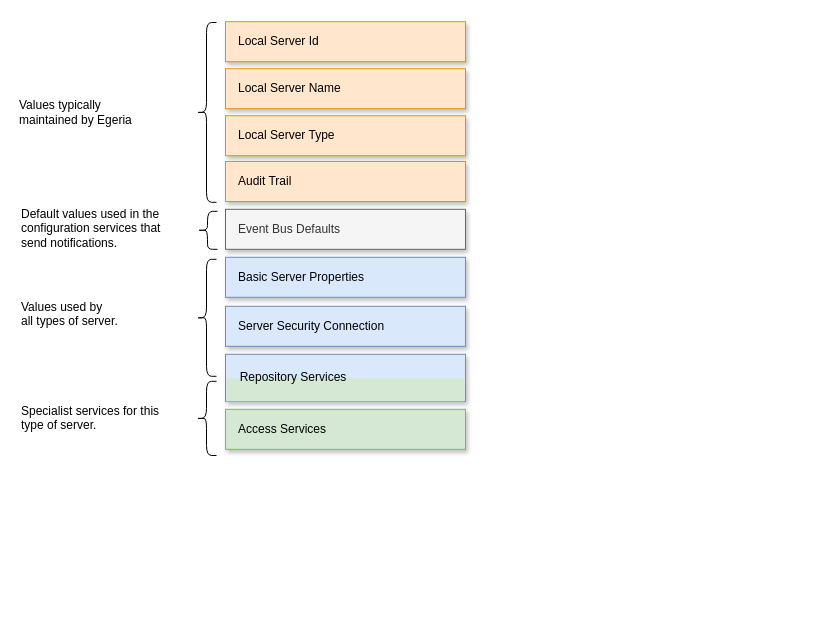
Above: page "metadata-access-point-config" (19 of 31) of site/docs/guides/admin/egeria-admin.drawio in odpi/egeria-docs (draw.io), before the change. Source tidied: cells renumbered, new cells numbered last; positions are measured from the earlier drawing's top-left corner, leaving out a move shared by most shapes. Both pictures are drawn from the tidied source at 100%, with x=0, y=0 at pixel (17, 21).
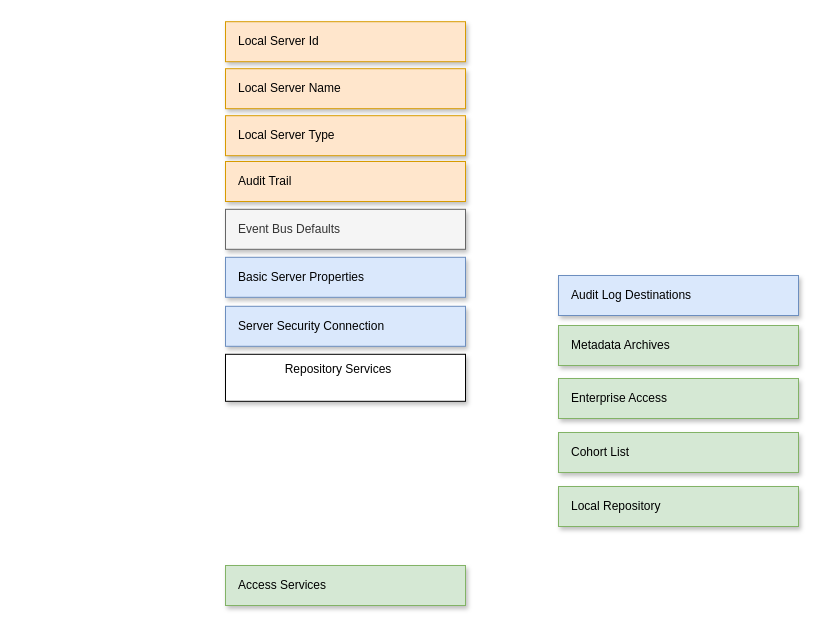
Above is the later version.

The edit, as a diff of the source:
```diff
@@
     <mxCell id="6" value="Access Services" style="rounded=0;whiteSpace=wrap;html=1;fontSize=12;align=left;spacingLeft=11;fillColor=#d5e8d4;strokeColor=#82b366;shadow=1;" parent="1" vertex="1">
-      <mxGeometry x="208" y="387.8" width="240" height="40" as="geometry" />
+      <mxGeometry x="208" y="544" width="240" height="40" as="geometry" />
     </mxCell>
@@
-    <mxCell id="8" style="shape=curlyBracket;whiteSpace=wrap;html=1;rounded=1;fontSize=12;align=left;" parent="1" vertex="1">
-      <mxGeometry x="180" y="189.8" width="20" height="38" as="geometry" />
-    </mxCell>
-    <mxCell id="9" style="shape=curlyBracket;whiteSpace=wrap;html=1;rounded=1;fontSize=12;align=left;" parent="1" vertex="1">
-      <mxGeometry x="179" y="237.8" width="20" height="117" as="geometry" />
-    </mxCell>
-    <mxCell id="10" value="Default values used in the&lt;br&gt;configuration services that&lt;br&gt;send notifications." style="text;html=1;align=left;verticalAlign=top;spacingTop=-4;fontSize=12;" parent="1" vertex="1">
-      <mxGeometry x="2" y="183.2" width="157" height="49" as="geometry" />
-    </mxCell>
-    <mxCell id="11" style="shape=curlyBracket;whiteSpace=wrap;html=1;rounded=1;fontSize=12;align=left;" parent="1" vertex="1">
-      <mxGeometry x="179" y="359.8" width="20" height="74.2" as="geometry" />
-    </mxCell>
-    <mxCell id="12" value="Values used by&lt;br&gt;all types of server." style="text;html=1;align=left;verticalAlign=top;spacingTop=-4;fontSize=12;" parent="1" vertex="1">
-      <mxGeometry x="2" y="275.8" width="115" height="35" as="geometry" />
-    </mxCell>
-    <mxCell id="13" value="Specialist services for this&lt;br&gt;type of server." style="text;html=1;align=left;verticalAlign=top;spacingTop=-4;fontSize=12;" parent="1" vertex="1">
-      <mxGeometry x="2" y="379.8" width="160" height="40" as="geometry" />
-    </mxCell>
-    <mxCell id="14" style="rounded=0;whiteSpace=wrap;html=1;fontSize=12;align=left;spacingLeft=11;fillColor=#dae8fc;strokeColor=#6c8ebf;shadow=1;" parent="1" vertex="1">
+    <mxCell id="14" style="rounded=0;whiteSpace=wrap;html=1;fontSize=12;align=left;spacingLeft=11;shadow=1;" parent="1" vertex="1">
       <mxGeometry x="208" y="332.8" width="240" height="47" as="geometry" />
     </mxCell>
-    <mxCell id="15" style="rounded=0;whiteSpace=wrap;html=1;fontSize=12;align=left;spacingLeft=11;fillColor=#d5e8d4;strokeColor=none;shadow=0;" parent="1" vertex="1">
-      <mxGeometry x="209" y="356.8" width="238" height="23" as="geometry" />
-    </mxCell>
     <mxCell id="16" value="Repository Services" style="rounded=1;whiteSpace=wrap;html=1;fontSize=12;align=center;strokeColor=none;fillColor=none;shadow=1;" parent="1" vertex="1">
-      <mxGeometry x="216" y="346.8" width="120" height="19" as="geometry" />
+      <mxGeometry x="261" y="338" width="120" height="19" as="geometry" />
     </mxCell>
@@
-    <mxCell id="19" style="shape=curlyBracket;whiteSpace=wrap;html=1;rounded=1;fontSize=12;align=left;" parent="1" vertex="1">
-      <mxGeometry x="179" y="1" width="20" height="179.8" as="geometry" />
-    </mxCell>
-    <mxCell id="20" value="Values typically&lt;br&gt;maintained by Egeria" style="text;html=1;align=left;verticalAlign=middle;strokeColor=none;fillColor=none;" parent="1" vertex="1">
-      <mxGeometry y="70.4" width="131" height="41" as="geometry" />
-    </mxCell>
+    <mxCell id="21" value="Audit Log Destinations" style="rounded=0;whiteSpace=wrap;html=1;fontSize=12;align=left;spacingLeft=11;fillColor=#dae8fc;strokeColor=#6c8ebf;shadow=1;" parent="1" vertex="1">
+      <mxGeometry x="541" y="254" width="240" height="40" as="geometry" />
+    </mxCell>
+    <mxCell id="22" value="Metadata Archives" style="rounded=0;whiteSpace=wrap;html=1;fontSize=12;align=left;spacingLeft=11;fillColor=#d5e8d4;strokeColor=#82b366;shadow=1;" parent="1" vertex="1">
+      <mxGeometry x="541" y="304" width="240" height="40" as="geometry" />
+    </mxCell>
+    <mxCell id="23" value="Enterprise Access" style="rounded=0;whiteSpace=wrap;html=1;fontSize=12;align=left;spacingLeft=11;fillColor=#d5e8d4;strokeColor=#82b366;shadow=1;" parent="1" vertex="1">
+      <mxGeometry x="541" y="357" width="240" height="40" as="geometry" />
+    </mxCell>
+    <mxCell id="24" value="Cohort List" style="rounded=0;whiteSpace=wrap;html=1;fontSize=12;align=left;spacingLeft=11;fillColor=#d5e8d4;strokeColor=#82b366;shadow=1;" parent="1" vertex="1">
+      <mxGeometry x="541" y="411" width="240" height="40" as="geometry" />
+    </mxCell>
+    <mxCell id="25" value="Local Repository" style="rounded=0;whiteSpace=wrap;html=1;fontSize=12;align=left;spacingLeft=11;fillColor=#d5e8d4;strokeColor=#82b366;shadow=1;" parent="1" vertex="1">
+      <mxGeometry x="541" y="465" width="240" height="40" as="geometry" />
+    </mxCell>
```
